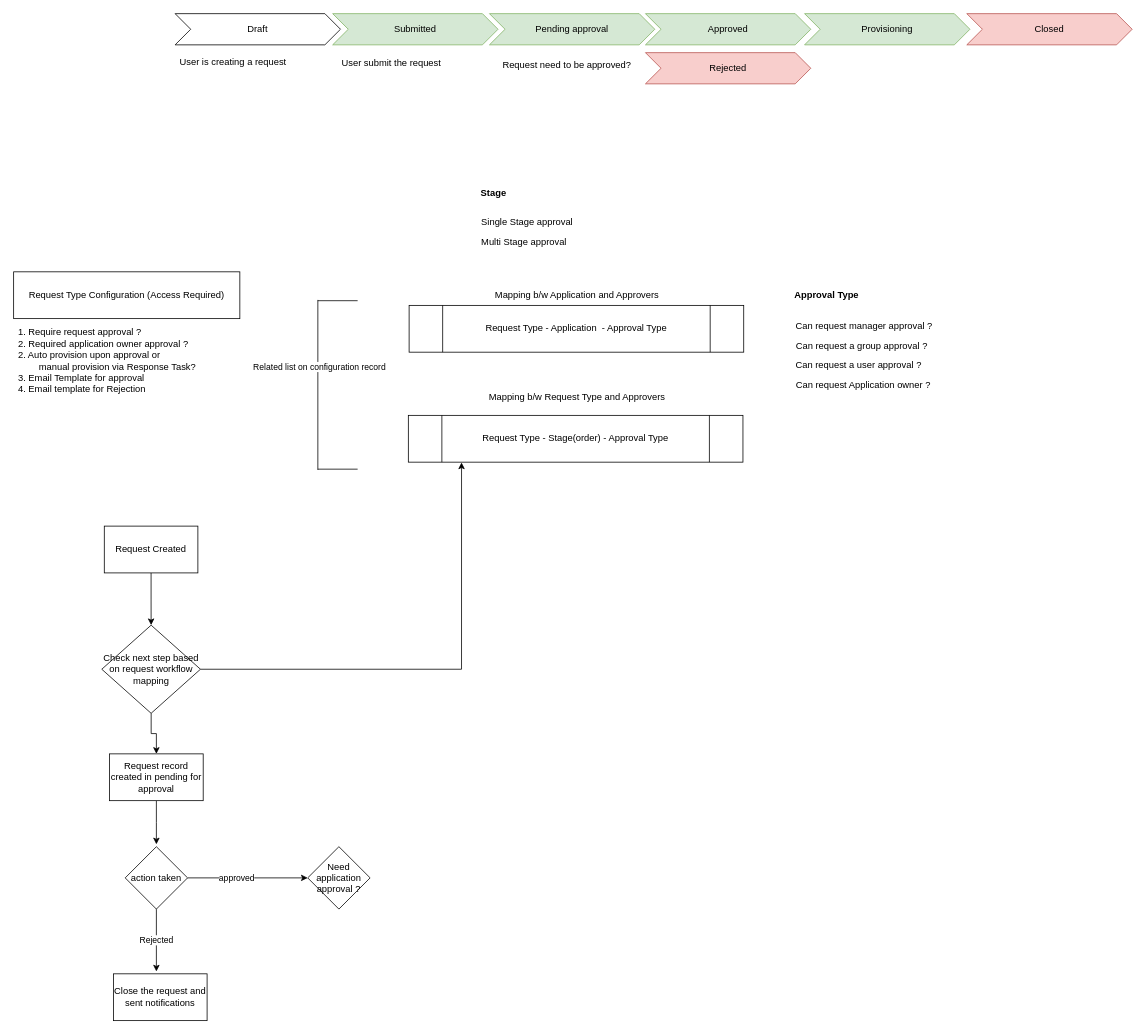
The draw.io diagram page "Access Request" (3 of 8) of Servicenow/IGA Data Modal.drawio in mukeshsingal/draw.io, before the edit. Source tidied: cells renumbered, new cells numbered last; positions are measured from the earlier drawing's top-left corner, leaving out a move shared by most shapes. Both pictures are drawn from the tidied source at 78%, with x=0, y=0 at pixel (13, 13).
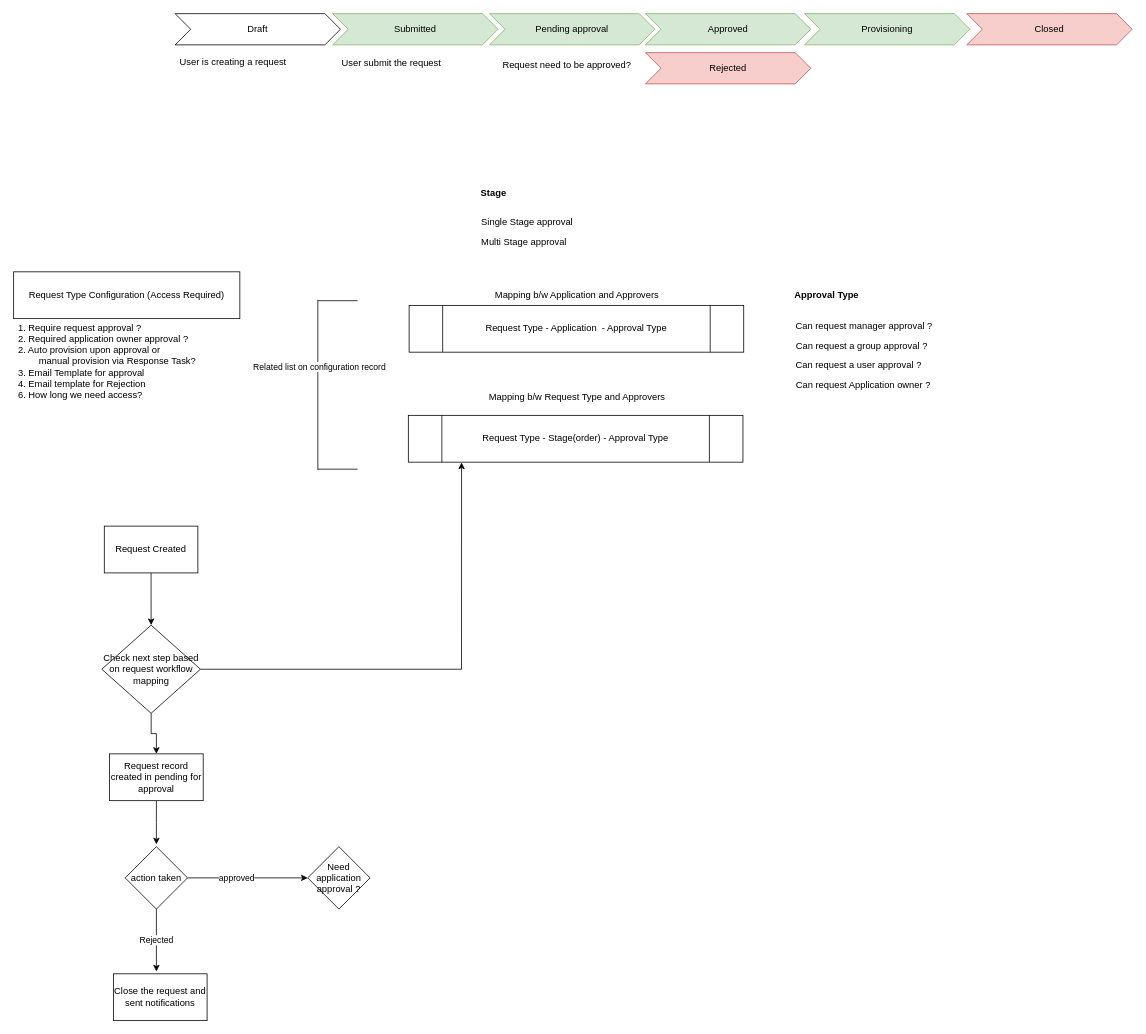
Above is the later version.

Diff of the diagram source:
```diff
@@
-    <mxCell id="21" value="1. Require request approval ?&lt;br&gt;2. Required application owner approval ?&lt;br&gt;2. Auto provision upon approval or &lt;br&gt;&lt;span style=&quot;white-space: pre;&quot;&gt;&#9;&lt;/span&gt;manual provision via Response Task?&lt;br&gt;3. Email Template for approval&lt;br&gt;4. Email template for Rejection" style="text;html=1;align=left;verticalAlign=middle;strokeColor=none;fillColor=none;" parent="1" vertex="1">
-      <mxGeometry x="4" y="396" width="246" height="98" as="geometry" />
+    <mxCell id="21" value="1. Require request approval ?&lt;br&gt;2. Required application owner approval ?&lt;br&gt;2. Auto provision upon approval or &lt;br&gt;&lt;span style=&quot;white-space: pre;&quot;&gt;&#9;&lt;/span&gt;manual provision via Response Task?&lt;br&gt;3. Email Template for approval&lt;br&gt;4. Email template for Rejection&lt;br&gt;6. How long we need access?" style="text;html=1;align=left;verticalAlign=middle;strokeColor=none;fillColor=none;" parent="1" vertex="1">
+      <mxGeometry x="4" y="389" width="246" height="113" as="geometry" />
     </mxCell>
```
